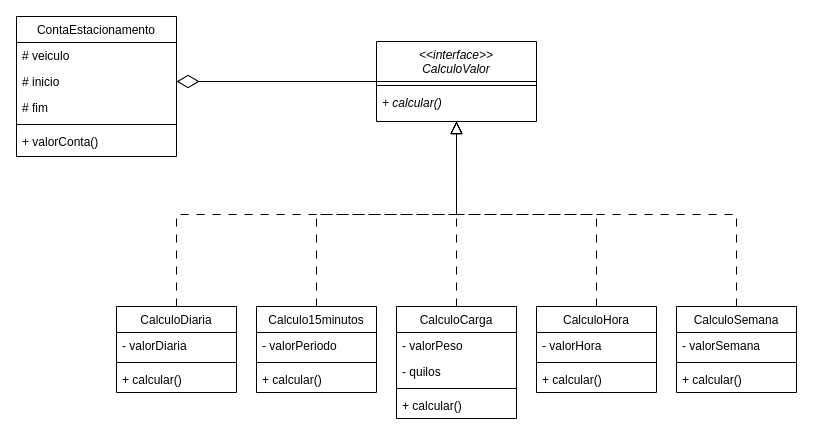
This is Exercício_1_Estrategy.drawio from luckasppp/diagrams, a draw.io file, before an edit. Source tidied: cells renumbered, new cells numbered last; positions are measured from the earlier drawing's top-left corner, leaving out a move shared by most shapes. Both pictures are drawn from the tidied source at 100%, with x=0, y=0 at pixel (16, 16).
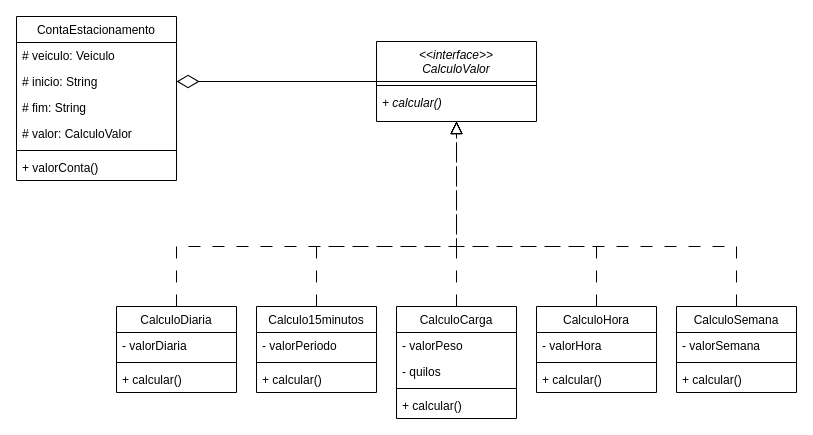
Above is the later version.

Unchanged cells that the change refers to:
```xml
<mxCell id="2" value="&lt;&lt;interface&gt;&gt;&#10;CalculoValor" style="swimlane;fontStyle=2;align=center;verticalAlign=top;horizontal=1;startSize=40;rounded=0;shadow=0;strokeWidth=1;" parent="1" vertex="1">
  <mxGeometry x="360" y="25" width="160" height="80" as="geometry" />
</mxCell>
<mxCell id="5" value="Calculo15minutos" style="swimlane;fontStyle=0;align=center;verticalAlign=top;horizontal=1;startSize=26;rounded=0;shadow=0;strokeWidth=1;" parent="1" vertex="1">
  <mxGeometry x="240" y="290" width="120" height="86" as="geometry" />
</mxCell>
<mxCell id="17" value="CalculoDiaria" style="swimlane;fontStyle=0;align=center;verticalAlign=top;horizontal=1;startSize=26;rounded=0;shadow=0;strokeWidth=1;" parent="1" vertex="1">
  <mxGeometry x="100" y="290" width="120" height="86" as="geometry" />
</mxCell>
<mxCell id="21" value="CalculoHora" style="swimlane;fontStyle=0;align=center;verticalAlign=top;horizontal=1;startSize=26;rounded=0;shadow=0;strokeWidth=1;" parent="1" vertex="1">
  <mxGeometry x="520" y="290" width="120" height="86" as="geometry" />
</mxCell>
<mxCell id="25" value="CalculoCarga" style="swimlane;fontStyle=0;align=center;verticalAlign=top;horizontal=1;startSize=26;rounded=0;shadow=0;strokeWidth=1;" parent="1" vertex="1">
  <mxGeometry x="380" y="290" width="120" height="112" as="geometry" />
</mxCell>
<mxCell id="30" value="CalculoSemana" style="swimlane;fontStyle=0;align=center;verticalAlign=top;horizontal=1;startSize=26;rounded=0;shadow=0;strokeWidth=1;" parent="1" vertex="1">
  <mxGeometry x="660" y="290" width="120" height="86" as="geometry" />
</mxCell>
```

Diff of the diagram source:
```diff
@@
-    <mxCell id="9" style="endArrow=block;endSize=10;endFill=0;shadow=0;strokeWidth=1;rounded=0;curved=0;edgeStyle=elbowEdgeStyle;elbow=vertical;dashed=1;dashPattern=8 8;" parent="1" edge="1" source="5" target="2">
-      <mxGeometry relative="1" as="geometry" />
+    <mxCell id="9" style="endArrow=block;endSize=10;endFill=0;shadow=0;strokeWidth=1;rounded=0;curved=0;edgeStyle=elbowEdgeStyle;elbow=vertical;dashed=1;dashPattern=12 12;entryX=0.5;entryY=1;entryDx=0;entryDy=0;" parent="1" edge="1" source="5" target="2">
+      <mxGeometry relative="1" as="geometry">
+        <Array as="points">
+          <mxPoint x="380" y="230" />
+        </Array>
+      </mxGeometry>
     </mxCell>
     <mxCell id="10" value="ContaEstacionamento" style="swimlane;fontStyle=0;align=center;verticalAlign=top;horizontal=1;startSize=26;rounded=0;shadow=0;strokeWidth=1;" parent="1" vertex="1">
-      <mxGeometry width="160" height="140" as="geometry" />
+      <mxGeometry width="160" height="164" as="geometry" />
     </mxCell>
-    <mxCell id="11" value="# veiculo" style="text;align=left;verticalAlign=top;spacingLeft=4;spacingRight=4;overflow=hidden;" parent="10" vertex="1">
+    <mxCell id="11" value="# veiculo: Veiculo" style="text;align=left;verticalAlign=top;spacingLeft=4;spacingRight=4;overflow=hidden;" parent="10" vertex="1">
       <mxGeometry y="26" width="160" height="26" as="geometry" />
     </mxCell>
-    <mxCell id="12" value="# inicio" style="text;align=left;verticalAlign=top;spacingLeft=4;spacingRight=4;overflow=hidden;points=[[0,0.5],[1,0.5]];portConstraint=eastwest;rounded=0;shadow=0;html=0;" parent="10" vertex="1">
+    <mxCell id="12" value="# inicio: String" style="text;align=left;verticalAlign=top;spacingLeft=4;spacingRight=4;overflow=hidden;points=[[0,0.5],[1,0.5]];portConstraint=eastwest;rounded=0;shadow=0;html=0;" parent="10" vertex="1">
       <mxGeometry y="52" width="160" height="26" as="geometry" />
     </mxCell>
+    <mxCell id="38" value="# fim: String" style="text;align=left;verticalAlign=top;spacingLeft=4;spacingRight=4;overflow=hidden;rounded=0;shadow=0;html=0;" parent="10" vertex="1">
+      <mxGeometry y="78" width="160" height="26" as="geometry" />
+    </mxCell>
-    <mxCell id="13" value="# fim" style="text;align=left;verticalAlign=top;spacingLeft=4;spacingRight=4;overflow=hidden;rounded=0;shadow=0;html=0;" parent="10" vertex="1">
-      <mxGeometry y="78" width="160" height="26" as="geometry" />
+    <mxCell id="13" value="# valor: CalculoValor" style="text;align=left;verticalAlign=top;spacingLeft=4;spacingRight=4;overflow=hidden;rounded=0;shadow=0;html=0;" parent="10" vertex="1">
+      <mxGeometry y="104" width="160" height="26" as="geometry" />
     </mxCell>
     <mxCell id="14" style="line;html=1;strokeWidth=1;align=left;verticalAlign=middle;spacingTop=-1;spacingLeft=3;spacingRight=3;labelPosition=right;" parent="10" vertex="1">
-      <mxGeometry y="104" width="160" height="8" as="geometry" />
+      <mxGeometry y="130" width="160" height="8" as="geometry" />
     </mxCell>
     <mxCell id="15" value="+ valorConta()" style="text;align=left;verticalAlign=top;spacingLeft=4;spacingRight=4;overflow=hidden;" parent="10" vertex="1">
-      <mxGeometry y="112" width="160" height="26" as="geometry" />
+      <mxGeometry y="138" width="160" height="26" as="geometry" />
     </mxCell>
@@
-    <mxCell id="34" style="endArrow=block;endSize=10;endFill=0;shadow=0;strokeWidth=1;rounded=0;curved=0;edgeStyle=elbowEdgeStyle;elbow=vertical;exitX=0.5;exitY=0;exitDx=0;exitDy=0;entryX=0.5;entryY=1;entryDx=0;entryDy=0;dashed=1;dashPattern=8 8;" parent="1" edge="1" source="25" target="2">
+    <mxCell id="34" style="endArrow=block;endSize=10;endFill=0;shadow=0;strokeWidth=1;rounded=0;curved=0;edgeStyle=elbowEdgeStyle;elbow=vertical;exitX=0.5;exitY=0;exitDx=0;exitDy=0;entryX=0.5;entryY=1;entryDx=0;entryDy=0;dashed=1;dashPattern=12 12;" parent="1" edge="1" source="25" target="2">
       <mxGeometry relative="1" as="geometry" />
     </mxCell>
-    <mxCell id="35" style="endArrow=block;endSize=10;endFill=0;shadow=0;strokeWidth=1;rounded=0;curved=0;edgeStyle=elbowEdgeStyle;elbow=vertical;exitX=0.5;exitY=0;exitDx=0;exitDy=0;entryX=0.5;entryY=1;entryDx=0;entryDy=0;dashed=1;dashPattern=8 8;" parent="1" edge="1" source="21" target="2">
-      <mxGeometry relative="1" as="geometry" />
+    <mxCell id="35" style="endArrow=block;endSize=10;endFill=0;shadow=0;strokeWidth=1;rounded=0;curved=0;edgeStyle=elbowEdgeStyle;elbow=vertical;exitX=0.5;exitY=0;exitDx=0;exitDy=0;entryX=0.5;entryY=1;entryDx=0;entryDy=0;dashed=1;dashPattern=12 12;" parent="1" edge="1" source="21" target="2">
+      <mxGeometry relative="1" as="geometry">
+        <Array as="points">
+          <mxPoint x="510" y="230" />
+        </Array>
+      </mxGeometry>
     </mxCell>
-    <mxCell id="36" style="endArrow=block;endSize=10;endFill=0;shadow=0;strokeWidth=1;rounded=0;curved=0;edgeStyle=elbowEdgeStyle;elbow=vertical;exitX=0.5;exitY=0;exitDx=0;exitDy=0;entryX=0.5;entryY=1;entryDx=0;entryDy=0;dashed=1;dashPattern=8 8;" parent="1" edge="1" source="30" target="2">
-      <mxGeometry relative="1" as="geometry" />
+    <mxCell id="36" style="endArrow=block;endSize=10;endFill=0;shadow=0;strokeWidth=1;rounded=0;curved=0;edgeStyle=elbowEdgeStyle;elbow=vertical;exitX=0.5;exitY=0;exitDx=0;exitDy=0;entryX=0.5;entryY=1;entryDx=0;entryDy=0;dashed=1;dashPattern=12 12;" parent="1" edge="1" source="30" target="2">
+      <mxGeometry relative="1" as="geometry">
+        <Array as="points">
+          <mxPoint x="580" y="230" />
+        </Array>
+      </mxGeometry>
     </mxCell>
-    <mxCell id="37" style="endArrow=block;endSize=10;endFill=0;shadow=0;strokeWidth=1;rounded=0;curved=0;edgeStyle=elbowEdgeStyle;elbow=vertical;exitX=0.5;exitY=0;exitDx=0;exitDy=0;entryX=0.5;entryY=1;entryDx=0;entryDy=0;dashed=1;dashPattern=8 8;" parent="1" edge="1" source="17" target="2">
-      <mxGeometry relative="1" as="geometry" />
+    <mxCell id="37" style="endArrow=block;endSize=10;endFill=0;shadow=0;strokeWidth=1;rounded=0;curved=0;edgeStyle=elbowEdgeStyle;elbow=vertical;exitX=0.5;exitY=0;exitDx=0;exitDy=0;entryX=0.5;entryY=1;entryDx=0;entryDy=0;dashed=1;dashPattern=12 12;" parent="1" edge="1" source="17" target="2">
+      <mxGeometry relative="1" as="geometry">
+        <Array as="points">
+          <mxPoint x="310" y="230" />
+        </Array>
+      </mxGeometry>
     </mxCell>
```
